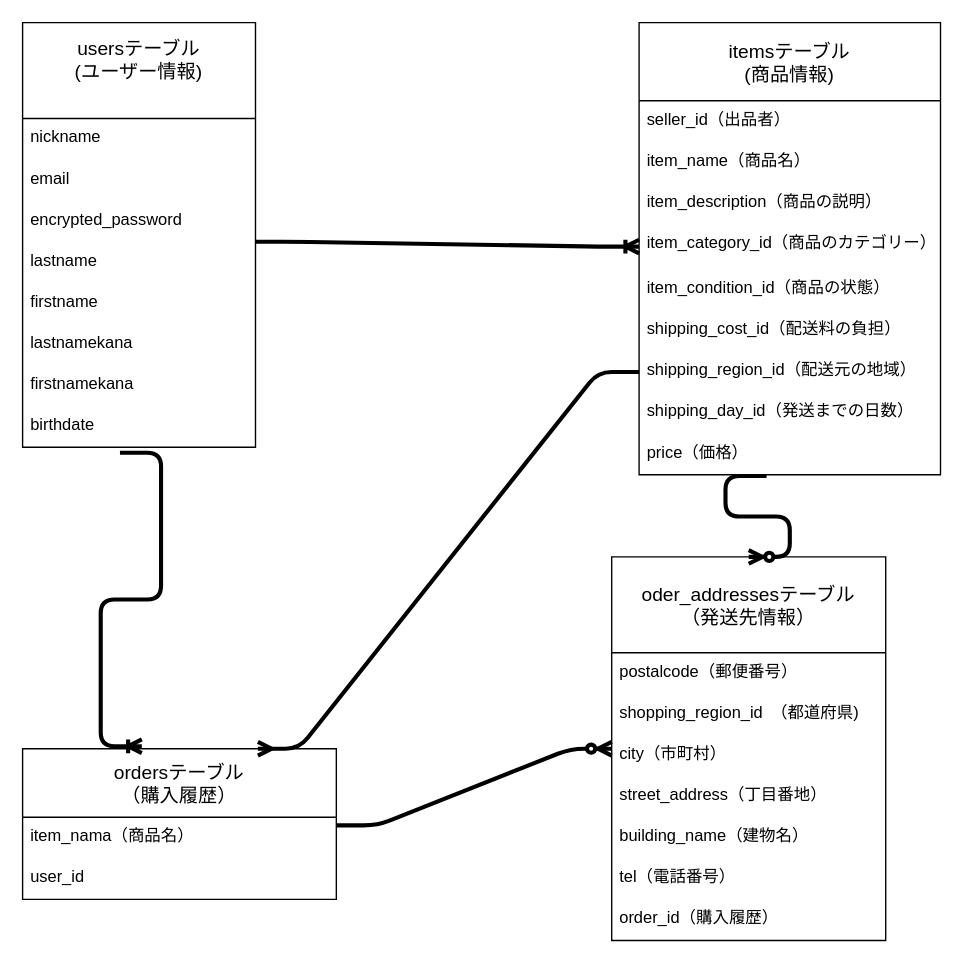
Before: furima-41254.dio in nanaiwamoto/furima-41245, a draw.io diagram. Source tidied: cells renumbered, new cells numbered last; positions are measured from the earlier drawing's top-left corner, leaving out a move shared by most shapes. Both pictures are drawn from the tidied source at 137%, with x=0, y=0 at pixel (22, 22).
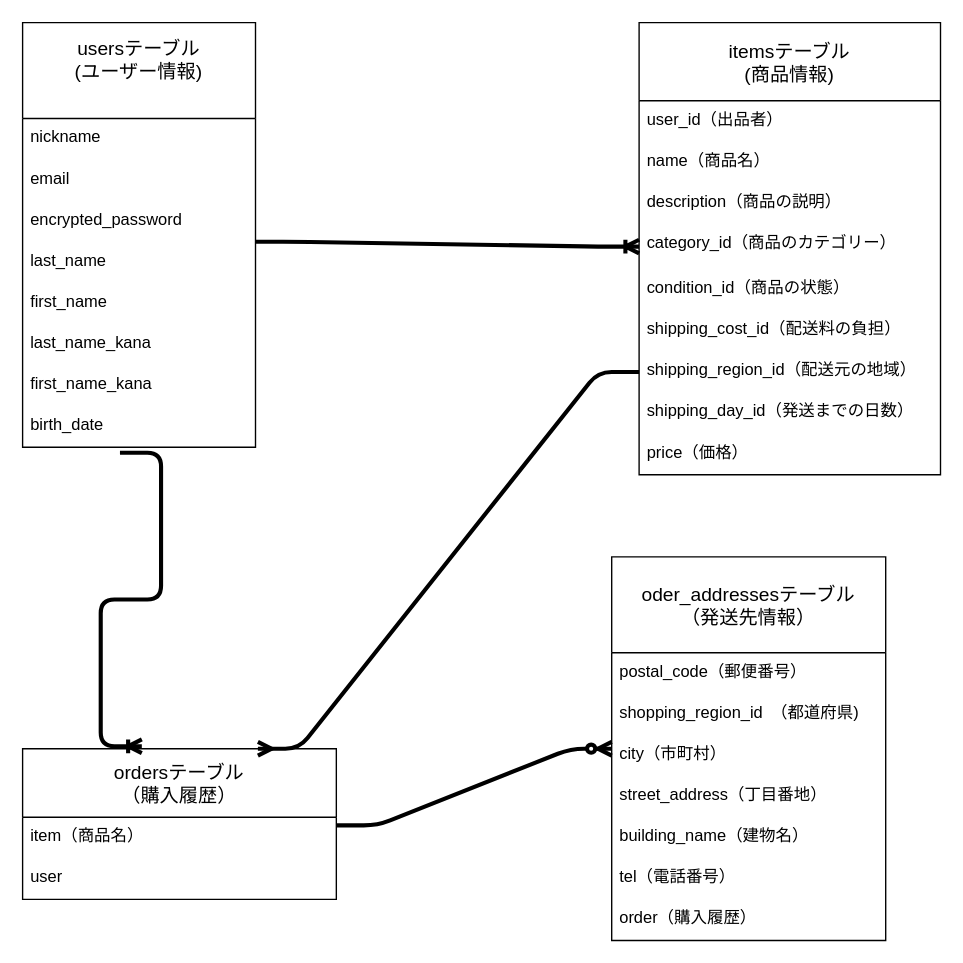
The same page after the edit.

Commit message (it also covers changes not shown here):
データベース設計訂正２回目

The change refers to these unchanged cells:
```xml
<mxCell id="3" value="usersテーブル&#10;(ユーザー情報)&#10;" style="swimlane;fontStyle=0;horizontal=1;startSize=70;align=center;fontSize=14;" parent="1" vertex="1">
  <mxGeometry width="170" height="310" as="geometry" />
</mxCell>
<mxCell id="12" value="itemsテーブル&#10;(商品情報)" style="swimlane;fontStyle=0;horizontal=1;startSize=57;align=center;fontSize=14;" parent="1" vertex="1">
  <mxGeometry x="450" width="220" height="330" as="geometry" />
</mxCell>
<mxCell id="21" value="price（価格）" style="text;strokeColor=none;fillColor=none;spacingLeft=4;spacingRight=4;overflow=hidden;points=[[0,0.5],[1,0.5]];portConstraint=eastwest;fontSize=12;" parent="12" vertex="1">
  <mxGeometry y="300" width="220" height="30" as="geometry" />
</mxCell>
<mxCell id="22" value="ordersテーブル&#10;（購入履歴）" style="swimlane;fontStyle=0;horizontal=1;startSize=50;align=center;fontSize=14;" parent="1" vertex="1">
  <mxGeometry y="530" width="229" height="110" as="geometry" />
</mxCell>
<mxCell id="25" value="oder_addressesテーブル&#10;（発送先情報）" style="swimlane;fontStyle=0;horizontal=1;startSize=70;align=center;fontSize=14;" parent="1" vertex="1">
  <mxGeometry x="430" y="390" width="200" height="280" as="geometry" />
</mxCell>
```

Diff of the diagram source:
```diff
@@
-    <mxCell id="7" value="lastname" style="text;strokeColor=none;fillColor=none;spacingLeft=4;spacingRight=4;overflow=hidden;points=[[0,0.5],[1,0.5]];portConstraint=eastwest;fontSize=12;" parent="3" vertex="1">
+    <mxCell id="7" value="last_name" style="text;strokeColor=none;fillColor=none;spacingLeft=4;spacingRight=4;overflow=hidden;points=[[0,0.5],[1,0.5]];portConstraint=eastwest;fontSize=12;" parent="3" vertex="1">
       <mxGeometry y="160" width="170" height="30" as="geometry" />
     </mxCell>
-    <mxCell id="8" value="firstname" style="text;strokeColor=none;fillColor=none;spacingLeft=4;spacingRight=4;overflow=hidden;fontSize=12;" parent="3" vertex="1">
+    <mxCell id="8" value="first_name" style="text;strokeColor=none;fillColor=none;spacingLeft=4;spacingRight=4;overflow=hidden;fontSize=12;" parent="3" vertex="1">
       <mxGeometry y="190" width="170" height="30" as="geometry" />
     </mxCell>
-    <mxCell id="9" value="lastnamekana" style="text;strokeColor=none;fillColor=none;spacingLeft=4;spacingRight=4;overflow=hidden;fontSize=12;" parent="3" vertex="1">
+    <mxCell id="9" value="last_name_kana" style="text;strokeColor=none;fillColor=none;spacingLeft=4;spacingRight=4;overflow=hidden;fontSize=12;" parent="3" vertex="1">
       <mxGeometry y="220" width="170" height="30" as="geometry" />
     </mxCell>
-    <mxCell id="10" value="firstnamekana" style="text;strokeColor=none;fillColor=none;spacingLeft=4;spacingRight=4;overflow=hidden;fontSize=12;" parent="3" vertex="1">
+    <mxCell id="10" value="first_name_kana" style="text;strokeColor=none;fillColor=none;spacingLeft=4;spacingRight=4;overflow=hidden;fontSize=12;" parent="3" vertex="1">
       <mxGeometry y="250" width="170" height="30" as="geometry" />
     </mxCell>
-    <mxCell id="11" value="birthdate" style="text;strokeColor=none;fillColor=none;spacingLeft=4;spacingRight=4;overflow=hidden;points=[[0,0.5],[1,0.5]];portConstraint=eastwest;fontSize=12;" parent="3" vertex="1">
+    <mxCell id="11" value="birth_date" style="text;strokeColor=none;fillColor=none;spacingLeft=4;spacingRight=4;overflow=hidden;points=[[0,0.5],[1,0.5]];portConstraint=eastwest;fontSize=12;" parent="3" vertex="1">
       <mxGeometry y="280" width="170" height="30" as="geometry" />
     </mxCell>
@@
-    <mxCell id="13" value="seller_id（出品者）" style="text;strokeColor=none;fillColor=none;spacingLeft=4;spacingRight=4;overflow=hidden;fontSize=12;" parent="12" vertex="1">
+    <mxCell id="13" value="user_id（出品者）" style="text;strokeColor=none;fillColor=none;spacingLeft=4;spacingRight=4;overflow=hidden;fontSize=12;" parent="12" vertex="1">
       <mxGeometry y="57" width="220" height="30" as="geometry" />
     </mxCell>
-    <mxCell id="14" value="item_name（商品名）" style="text;strokeColor=none;fillColor=none;spacingLeft=4;spacingRight=4;overflow=hidden;fontSize=12;" parent="12" vertex="1">
+    <mxCell id="14" value="name（商品名）" style="text;strokeColor=none;fillColor=none;spacingLeft=4;spacingRight=4;overflow=hidden;fontSize=12;" parent="12" vertex="1">
       <mxGeometry y="87" width="220" height="30" as="geometry" />
     </mxCell>
-    <mxCell id="15" value="item_description（商品の説明）" style="text;strokeColor=none;fillColor=none;spacingLeft=4;spacingRight=4;overflow=hidden;fontSize=12;" parent="12" vertex="1">
+    <mxCell id="15" value="description（商品の説明）" style="text;strokeColor=none;fillColor=none;spacingLeft=4;spacingRight=4;overflow=hidden;fontSize=12;" parent="12" vertex="1">
       <mxGeometry y="117" width="220" height="30" as="geometry" />
     </mxCell>
-    <mxCell id="16" value="item_category_id（商品のカテゴリー）" style="text;strokeColor=none;fillColor=none;spacingLeft=4;spacingRight=4;overflow=hidden;points=[[0,0.5],[1,0.5]];portConstraint=eastwest;fontSize=12;" parent="12" vertex="1">
+    <mxCell id="16" value="category_id（商品のカテゴリー）" style="text;strokeColor=none;fillColor=none;spacingLeft=4;spacingRight=4;overflow=hidden;points=[[0,0.5],[1,0.5]];portConstraint=eastwest;fontSize=12;" parent="12" vertex="1">
       <mxGeometry y="147" width="220" height="33" as="geometry" />
     </mxCell>
-    <mxCell id="17" value="item_condition_id（商品の状態）" style="text;strokeColor=none;fillColor=none;spacingLeft=4;spacingRight=4;overflow=hidden;fontSize=12;" parent="12" vertex="1">
+    <mxCell id="17" value="condition_id（商品の状態）" style="text;strokeColor=none;fillColor=none;spacingLeft=4;spacingRight=4;overflow=hidden;fontSize=12;" parent="12" vertex="1">
       <mxGeometry y="180" width="220" height="30" as="geometry" />
     </mxCell>
@@
-    <mxCell id="23" value="item_nama（商品名）" style="text;strokeColor=none;fillColor=none;spacingLeft=4;spacingRight=4;overflow=hidden;points=[[0,0.5],[1,0.5]];portConstraint=eastwest;fontSize=12;" parent="22" vertex="1">
+    <mxCell id="23" value="item（商品名）" style="text;strokeColor=none;fillColor=none;spacingLeft=4;spacingRight=4;overflow=hidden;points=[[0,0.5],[1,0.5]];portConstraint=eastwest;fontSize=12;" parent="22" vertex="1">
       <mxGeometry y="50" width="229" height="30" as="geometry" />
     </mxCell>
-    <mxCell id="24" value="user_id" style="text;strokeColor=none;fillColor=none;spacingLeft=4;spacingRight=4;overflow=hidden;fontSize=12;" parent="22" vertex="1">
+    <mxCell id="24" value="user" style="text;strokeColor=none;fillColor=none;spacingLeft=4;spacingRight=4;overflow=hidden;fontSize=12;" parent="22" vertex="1">
       <mxGeometry y="80" width="229" height="30" as="geometry" />
     </mxCell>
@@
-    <mxCell id="26" value="postalcode（郵便番号）" style="text;strokeColor=none;fillColor=none;spacingLeft=4;spacingRight=4;overflow=hidden;fontSize=12;" parent="25" vertex="1">
+    <mxCell id="26" value="postal_code（郵便番号）" style="text;strokeColor=none;fillColor=none;spacingLeft=4;spacingRight=4;overflow=hidden;fontSize=12;" parent="25" vertex="1">
       <mxGeometry y="70" width="200" height="30" as="geometry" />
     </mxCell>
@@
-    <mxCell id="32" value="order_id（購入履歴）" style="text;strokeColor=none;fillColor=none;spacingLeft=4;spacingRight=4;overflow=hidden;fontSize=12;" parent="25" vertex="1">
+    <mxCell id="32" value="order（購入履歴）" style="text;strokeColor=none;fillColor=none;spacingLeft=4;spacingRight=4;overflow=hidden;fontSize=12;" parent="25" vertex="1">
       <mxGeometry y="250" width="200" height="30" as="geometry" />
     </mxCell>
@@
-    <mxCell id="37" style="edgeStyle=entityRelationEdgeStyle;fontSize=12;html=1;endArrow=ERzeroToMany;endFill=1;strokeWidth=3;entryX=0.5;entryY=0;entryDx=0;entryDy=0;exitX=0.423;exitY=1.033;exitDx=0;exitDy=0;exitPerimeter=0;" parent="1" edge="1" source="21" target="25">
-      <mxGeometry relative="1" as="geometry" />
-    </mxCell>
```
